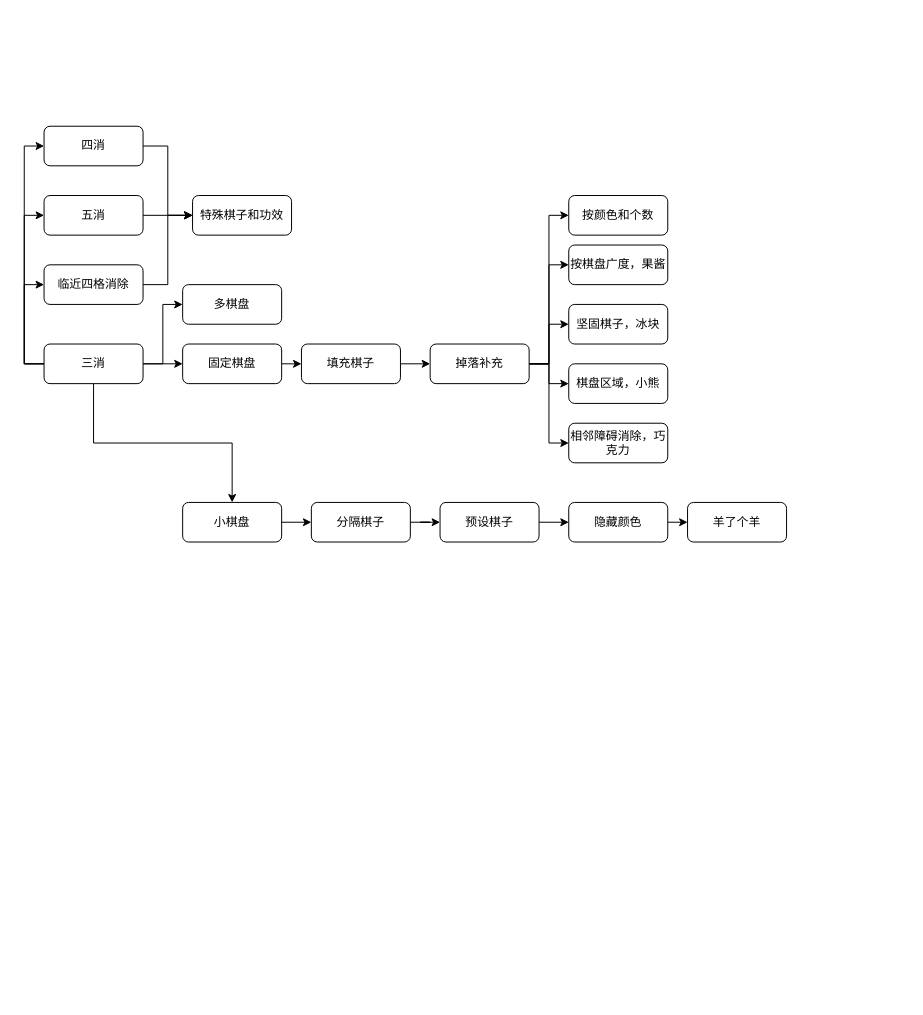
The draw.io diagram sanxiaodesign.drawio in Archieeeeee/drawbox, before the edit. Source tidied: cells renumbered, new cells numbered last; positions are measured from the earlier drawing's top-left corner, leaving out a move shared by most shapes. Both pictures are drawn from the tidied source at 99%, with x=0, y=0 at pixel (44, 126).
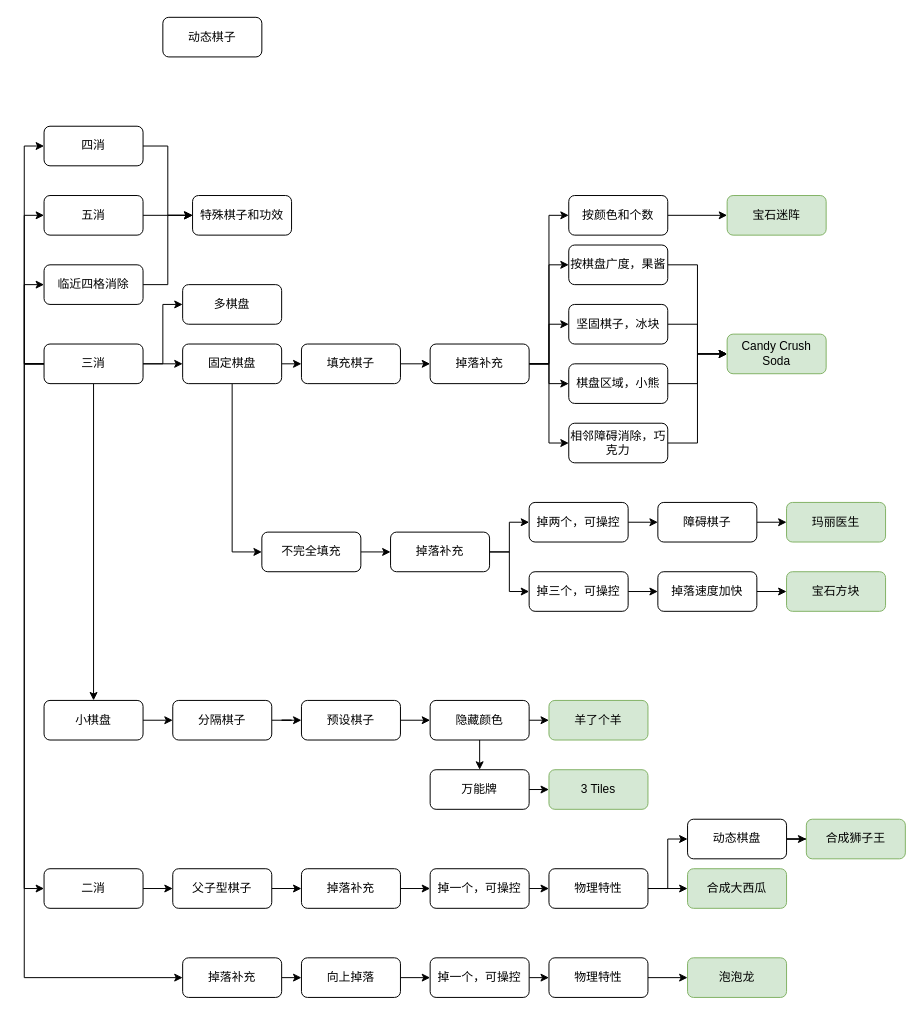
After the change.

The change refers to these unchanged cells:
```xml
<mxCell id="8" value="三消" style="rounded=1;whiteSpace=wrap;html=1;" parent="1" vertex="1">
  <mxGeometry y="220" width="100" height="40" as="geometry" />
</mxCell>
<mxCell id="10" value="固定棋盘" style="rounded=1;whiteSpace=wrap;html=1;" parent="1" vertex="1">
  <mxGeometry x="140" y="220" width="100" height="40" as="geometry" />
</mxCell>
<mxCell id="25" value="按颜色和个数" style="rounded=1;whiteSpace=wrap;html=1;" parent="1" vertex="1">
  <mxGeometry x="530" y="70" width="100" height="40" as="geometry" />
</mxCell>
<mxCell id="26" value="按棋盘广度，果酱" style="rounded=1;whiteSpace=wrap;html=1;" parent="1" vertex="1">
  <mxGeometry x="530" y="120" width="100" height="40" as="geometry" />
</mxCell>
<mxCell id="27" value="坚固棋子，冰块" style="rounded=1;whiteSpace=wrap;html=1;" parent="1" vertex="1">
  <mxGeometry x="530" y="180" width="100" height="40" as="geometry" />
</mxCell>
<mxCell id="28" value="棋盘区域，小熊" style="rounded=1;whiteSpace=wrap;html=1;" parent="1" vertex="1">
  <mxGeometry x="530" y="240" width="100" height="40" as="geometry" />
</mxCell>
<mxCell id="29" value="相邻障碍消除，巧克力" style="rounded=1;whiteSpace=wrap;html=1;" parent="1" vertex="1">
  <mxGeometry x="530" y="300" width="100" height="40" as="geometry" />
</mxCell>
```

Diff of the diagram source:
```diff
@@
+    <mxCell id="41" style="edgeStyle=orthogonalEdgeStyle;rounded=0;jettySize=auto;html=1;exitX=0;exitY=0.5;exitDx=0;exitDy=0;entryX=0;entryY=0.5;entryDx=0;entryDy=0;" parent="1" edge="1" source="8" target="71">
+      <mxGeometry relative="1" as="geometry" />
+    </mxCell>
+    <mxCell id="42" style="edgeStyle=orthogonalEdgeStyle;rounded=0;jettySize=auto;html=1;exitX=0;exitY=0.5;exitDx=0;exitDy=0;entryX=0;entryY=0.5;entryDx=0;entryDy=0;" parent="1" edge="1" source="8" target="89">
+      <mxGeometry relative="1" as="geometry" />
+    </mxCell>
@@
+    <mxCell id="43" style="edgeStyle=orthogonalEdgeStyle;rounded=0;jettySize=auto;html=1;exitX=0.5;exitY=1;exitDx=0;exitDy=0;entryX=0;entryY=0.5;entryDx=0;entryDy=0;" parent="1" edge="1" source="10" target="55">
+      <mxGeometry relative="1" as="geometry" />
+    </mxCell>
@@
+    <mxCell id="44" style="edgeStyle=orthogonalEdgeStyle;rounded=0;jettySize=auto;html=1;exitX=1;exitY=0.5;exitDx=0;exitDy=0;entryX=0;entryY=0.5;entryDx=0;entryDy=0;" parent="1" edge="1" source="25" target="69">
+      <mxGeometry relative="1" as="geometry" />
+    </mxCell>
@@
+    <mxCell id="45" style="edgeStyle=orthogonalEdgeStyle;rounded=0;jettySize=auto;html=1;exitX=1;exitY=0.5;exitDx=0;exitDy=0;entryX=0;entryY=0.5;entryDx=0;entryDy=0;" parent="1" edge="1" source="26" target="53">
+      <mxGeometry relative="1" as="geometry" />
+    </mxCell>
@@
+    <mxCell id="46" style="edgeStyle=orthogonalEdgeStyle;rounded=0;jettySize=auto;html=1;exitX=1;exitY=0.5;exitDx=0;exitDy=0;entryX=0;entryY=0.5;entryDx=0;entryDy=0;" parent="1" edge="1" source="27" target="53">
+      <mxGeometry relative="1" as="geometry" />
+    </mxCell>
@@
+    <mxCell id="47" style="edgeStyle=orthogonalEdgeStyle;rounded=0;jettySize=auto;html=1;exitX=1;exitY=0.5;exitDx=0;exitDy=0;entryX=0;entryY=0.5;entryDx=0;entryDy=0;" parent="1" edge="1" source="28" target="53">
+      <mxGeometry relative="1" as="geometry" />
+    </mxCell>
@@
+    <mxCell id="48" style="edgeStyle=orthogonalEdgeStyle;rounded=0;jettySize=auto;html=1;exitX=1;exitY=0.5;exitDx=0;exitDy=0;entryX=0;entryY=0.5;entryDx=0;entryDy=0;" parent="1" edge="1" source="29" target="53">
+      <mxGeometry relative="1" as="geometry" />
+    </mxCell>
@@
     <mxCell id="33" value="小棋盘" style="rounded=1;whiteSpace=wrap;html=1;" parent="1" vertex="1">
-      <mxGeometry x="140" y="380" width="100" height="40" as="geometry" />
+      <mxGeometry y="580" width="100" height="40" as="geometry" />
     </mxCell>
@@
     <mxCell id="35" value="分隔棋子" style="rounded=1;whiteSpace=wrap;html=1;" parent="1" vertex="1">
-      <mxGeometry x="270" y="380" width="100" height="40" as="geometry" />
+      <mxGeometry x="130" y="580" width="100" height="40" as="geometry" />
     </mxCell>
@@
     <mxCell id="37" value="预设棋子" style="rounded=1;whiteSpace=wrap;html=1;" parent="1" vertex="1">
-      <mxGeometry x="400" y="380" width="100" height="40" as="geometry" />
+      <mxGeometry x="260" y="580" width="100" height="40" as="geometry" />
     </mxCell>
@@
+    <mxCell id="49" style="edgeStyle=orthogonalEdgeStyle;rounded=0;jettySize=auto;html=1;exitX=0.5;exitY=1;exitDx=0;exitDy=0;entryX=0.5;entryY=0;entryDx=0;entryDy=0;" parent="1" edge="1" source="39" target="51">
+      <mxGeometry relative="1" as="geometry" />
+    </mxCell>
     <mxCell id="39" value="隐藏颜色" style="rounded=1;whiteSpace=wrap;html=1;" parent="1" vertex="1">
-      <mxGeometry x="530" y="380" width="100" height="40" as="geometry" />
+      <mxGeometry x="390" y="580" width="100" height="40" as="geometry" />
     </mxCell>
-    <mxCell id="40" value="羊了个羊" style="rounded=1;whiteSpace=wrap;html=1;" parent="1" vertex="1">
-      <mxGeometry x="650" y="380" width="100" height="40" as="geometry" />
+    <mxCell id="40" value="羊了个羊" style="rounded=1;whiteSpace=wrap;html=1;fillColor=#d5e8d4;strokeColor=#82b366;" parent="1" vertex="1">
+      <mxGeometry x="510" y="580" width="100" height="40" as="geometry" />
     </mxCell>
+    <mxCell id="50" style="edgeStyle=orthogonalEdgeStyle;rounded=0;jettySize=auto;html=1;exitX=1;exitY=0.5;exitDx=0;exitDy=0;entryX=0;entryY=0.5;entryDx=0;entryDy=0;" parent="1" edge="1" source="51" target="52">
+      <mxGeometry relative="1" as="geometry" />
+    </mxCell>
+    <mxCell id="51" value="万能牌" style="rounded=1;whiteSpace=wrap;html=1;" parent="1" vertex="1">
+      <mxGeometry x="390" y="650" width="100" height="40" as="geometry" />
+    </mxCell>
+    <mxCell id="52" value="3 Tiles" style="rounded=1;whiteSpace=wrap;html=1;fillColor=#d5e8d4;strokeColor=#82b366;" parent="1" vertex="1">
+      <mxGeometry x="510" y="650" width="100" height="40" as="geometry" />
+    </mxCell>
+    <mxCell id="53" value="Candy Crush Soda" style="rounded=1;whiteSpace=wrap;html=1;fillColor=#d5e8d4;strokeColor=#82b366;" parent="1" vertex="1">
+      <mxGeometry x="690" y="210" width="100" height="40" as="geometry" />
+    </mxCell>
+    <mxCell id="54" style="edgeStyle=orthogonalEdgeStyle;rounded=0;jettySize=auto;html=1;exitX=1;exitY=0.5;exitDx=0;exitDy=0;entryX=0;entryY=0.5;entryDx=0;entryDy=0;" parent="1" edge="1" source="55" target="58">
+      <mxGeometry relative="1" as="geometry" />
+    </mxCell>
+    <mxCell id="55" value="不完全填充" style="rounded=1;whiteSpace=wrap;html=1;" parent="1" vertex="1">
+      <mxGeometry x="220" y="410" width="100" height="40" as="geometry" />
+    </mxCell>
+    <mxCell id="56" style="edgeStyle=orthogonalEdgeStyle;rounded=0;jettySize=auto;html=1;exitX=1;exitY=0.5;exitDx=0;exitDy=0;entryX=0;entryY=0.5;entryDx=0;entryDy=0;" parent="1" edge="1" source="58" target="60">
+      <mxGeometry relative="1" as="geometry" />
+    </mxCell>
+    <mxCell id="57" style="edgeStyle=orthogonalEdgeStyle;rounded=0;jettySize=auto;html=1;exitX=1;exitY=0.5;exitDx=0;exitDy=0;entryX=0;entryY=0.5;entryDx=0;entryDy=0;" parent="1" edge="1" source="58" target="62">
+      <mxGeometry relative="1" as="geometry" />
+    </mxCell>
+    <mxCell id="58" value="掉落补充" style="rounded=1;whiteSpace=wrap;html=1;" parent="1" vertex="1">
+      <mxGeometry x="350" y="410" width="100" height="40" as="geometry" />
+    </mxCell>
+    <mxCell id="59" style="edgeStyle=orthogonalEdgeStyle;rounded=0;jettySize=auto;html=1;exitX=1;exitY=0.5;exitDx=0;exitDy=0;entryX=0;entryY=0.5;entryDx=0;entryDy=0;" parent="1" edge="1" source="60" target="64">
+      <mxGeometry relative="1" as="geometry" />
+    </mxCell>
+    <mxCell id="60" value="掉两个，可操控" style="rounded=1;whiteSpace=wrap;html=1;" parent="1" vertex="1">
+      <mxGeometry x="490" y="380" width="100" height="40" as="geometry" />
+    </mxCell>
+    <mxCell id="61" style="edgeStyle=orthogonalEdgeStyle;rounded=0;jettySize=auto;html=1;exitX=1;exitY=0.5;exitDx=0;exitDy=0;entryX=0;entryY=0.5;entryDx=0;entryDy=0;" parent="1" edge="1" source="62" target="67">
+      <mxGeometry relative="1" as="geometry" />
+    </mxCell>
+    <mxCell id="62" value="掉三个，可操控" style="rounded=1;whiteSpace=wrap;html=1;" parent="1" vertex="1">
+      <mxGeometry x="490" y="450" width="100" height="40" as="geometry" />
+    </mxCell>
+    <mxCell id="63" style="edgeStyle=orthogonalEdgeStyle;rounded=0;jettySize=auto;html=1;exitX=1;exitY=0.5;exitDx=0;exitDy=0;entryX=0;entryY=0.5;entryDx=0;entryDy=0;" parent="1" edge="1" source="64" target="65">
+      <mxGeometry relative="1" as="geometry" />
+    </mxCell>
+    <mxCell id="64" value="障碍棋子" style="rounded=1;whiteSpace=wrap;html=1;" parent="1" vertex="1">
+      <mxGeometry x="620" y="380" width="100" height="40" as="geometry" />
+    </mxCell>
+    <mxCell id="65" value="玛丽医生" style="rounded=1;whiteSpace=wrap;html=1;fillColor=#d5e8d4;strokeColor=#82b366;" parent="1" vertex="1">
+      <mxGeometry x="750" y="380" width="100" height="40" as="geometry" />
+    </mxCell>
+    <mxCell id="66" style="edgeStyle=orthogonalEdgeStyle;rounded=0;jettySize=auto;html=1;exitX=1;exitY=0.5;exitDx=0;exitDy=0;entryX=0;entryY=0.5;entryDx=0;entryDy=0;" parent="1" edge="1" source="67" target="68">
+      <mxGeometry relative="1" as="geometry" />
+    </mxCell>
+    <mxCell id="67" value="掉落速度加快" style="rounded=1;whiteSpace=wrap;html=1;" parent="1" vertex="1">
+      <mxGeometry x="620" y="450" width="100" height="40" as="geometry" />
+    </mxCell>
+    <mxCell id="68" value="宝石方块" style="rounded=1;whiteSpace=wrap;html=1;fillColor=#d5e8d4;strokeColor=#82b366;" parent="1" vertex="1">
+      <mxGeometry x="750" y="450" width="100" height="40" as="geometry" />
+    </mxCell>
+    <mxCell id="69" value="宝石迷阵" style="rounded=1;whiteSpace=wrap;html=1;fillColor=#d5e8d4;strokeColor=#82b366;" parent="1" vertex="1">
+      <mxGeometry x="690" y="70" width="100" height="40" as="geometry" />
+    </mxCell>
+    <mxCell id="70" style="edgeStyle=orthogonalEdgeStyle;rounded=0;jettySize=auto;html=1;exitX=1;exitY=0.5;exitDx=0;exitDy=0;entryX=0;entryY=0.5;entryDx=0;entryDy=0;" parent="1" edge="1" source="71" target="73">
+      <mxGeometry relative="1" as="geometry" />
+    </mxCell>
+    <mxCell id="71" value="二消" style="rounded=1;whiteSpace=wrap;html=1;" parent="1" vertex="1">
+      <mxGeometry y="750" width="100" height="40" as="geometry" />
+    </mxCell>
+    <mxCell id="72" style="edgeStyle=orthogonalEdgeStyle;rounded=0;jettySize=auto;html=1;exitX=1;exitY=0.5;exitDx=0;exitDy=0;entryX=0;entryY=0.5;entryDx=0;entryDy=0;" parent="1" edge="1" source="73" target="75">
+      <mxGeometry relative="1" as="geometry" />
+    </mxCell>
+    <mxCell id="73" value="父子型棋子" style="rounded=1;whiteSpace=wrap;html=1;" parent="1" vertex="1">
+      <mxGeometry x="130" y="750" width="100" height="40" as="geometry" />
+    </mxCell>
+    <mxCell id="74" style="edgeStyle=orthogonalEdgeStyle;rounded=0;jettySize=auto;html=1;exitX=1;exitY=0.5;exitDx=0;exitDy=0;entryX=0;entryY=0.5;entryDx=0;entryDy=0;" parent="1" edge="1" source="75" target="77">
+      <mxGeometry relative="1" as="geometry" />
+    </mxCell>
+    <mxCell id="75" value="掉落补充" style="rounded=1;whiteSpace=wrap;html=1;" parent="1" vertex="1">
+      <mxGeometry x="260" y="750" width="100" height="40" as="geometry" />
+    </mxCell>
+    <mxCell id="76" style="edgeStyle=orthogonalEdgeStyle;rounded=0;jettySize=auto;html=1;exitX=1;exitY=0.5;exitDx=0;exitDy=0;entryX=0;entryY=0.5;entryDx=0;entryDy=0;" parent="1" edge="1" source="77" target="80">
+      <mxGeometry relative="1" as="geometry" />
+    </mxCell>
+    <mxCell id="77" value="掉一个，可操控" style="rounded=1;whiteSpace=wrap;html=1;" parent="1" vertex="1">
+      <mxGeometry x="390" y="750" width="100" height="40" as="geometry" />
+    </mxCell>
+    <mxCell id="78" style="edgeStyle=orthogonalEdgeStyle;rounded=0;jettySize=auto;html=1;exitX=1;exitY=0.5;exitDx=0;exitDy=0;entryX=0;entryY=0.5;entryDx=0;entryDy=0;" parent="1" edge="1" source="80" target="81">
+      <mxGeometry relative="1" as="geometry" />
+    </mxCell>
+    <mxCell id="79" style="edgeStyle=orthogonalEdgeStyle;rounded=0;jettySize=auto;html=1;exitX=1;exitY=0.5;exitDx=0;exitDy=0;entryX=0;entryY=0.5;entryDx=0;entryDy=0;" parent="1" edge="1" source="80" target="93">
+      <mxGeometry relative="1" as="geometry" />
+    </mxCell>
+    <mxCell id="80" value="物理特性" style="rounded=1;whiteSpace=wrap;html=1;" parent="1" vertex="1">
+      <mxGeometry x="510" y="750" width="100" height="40" as="geometry" />
+    </mxCell>
+    <mxCell id="81" value="合成大西瓜" style="rounded=1;whiteSpace=wrap;html=1;fillColor=#d5e8d4;strokeColor=#82b366;" parent="1" vertex="1">
+      <mxGeometry x="650" y="750" width="100" height="40" as="geometry" />
+    </mxCell>
+    <mxCell id="82" style="edgeStyle=orthogonalEdgeStyle;rounded=0;jettySize=auto;html=1;exitX=1;exitY=0.5;exitDx=0;exitDy=0;entryX=0;entryY=0.5;entryDx=0;entryDy=0;" parent="1" edge="1" source="83" target="85">
+      <mxGeometry relative="1" as="geometry" />
+    </mxCell>
+    <mxCell id="83" value="向上掉落" style="rounded=1;whiteSpace=wrap;html=1;" parent="1" vertex="1">
+      <mxGeometry x="260" y="840" width="100" height="40" as="geometry" />
+    </mxCell>
+    <mxCell id="84" style="edgeStyle=orthogonalEdgeStyle;rounded=0;jettySize=auto;html=1;exitX=1;exitY=0.5;exitDx=0;exitDy=0;entryX=0;entryY=0.5;entryDx=0;entryDy=0;" parent="1" edge="1" source="85" target="87">
+      <mxGeometry relative="1" as="geometry" />
+    </mxCell>
+    <mxCell id="85" value="掉一个，可操控" style="rounded=1;whiteSpace=wrap;html=1;" parent="1" vertex="1">
+      <mxGeometry x="390" y="840" width="100" height="40" as="geometry" />
+    </mxCell>
+    <mxCell id="86" style="edgeStyle=orthogonalEdgeStyle;rounded=0;jettySize=auto;html=1;exitX=1;exitY=0.5;exitDx=0;exitDy=0;entryX=0;entryY=0.5;entryDx=0;entryDy=0;" parent="1" edge="1" source="87" target="90">
+      <mxGeometry relative="1" as="geometry" />
+    </mxCell>
+    <mxCell id="87" value="物理特性" style="rounded=1;whiteSpace=wrap;html=1;" parent="1" vertex="1">
+      <mxGeometry x="510" y="840" width="100" height="40" as="geometry" />
+    </mxCell>
+    <mxCell id="88" style="edgeStyle=orthogonalEdgeStyle;rounded=0;jettySize=auto;html=1;exitX=1;exitY=0.5;exitDx=0;exitDy=0;entryX=0;entryY=0.5;entryDx=0;entryDy=0;" parent="1" edge="1" source="89" target="83">
+      <mxGeometry relative="1" as="geometry" />
+    </mxCell>
+    <mxCell id="89" value="掉落补充" style="rounded=1;whiteSpace=wrap;html=1;" parent="1" vertex="1">
+      <mxGeometry x="140" y="840" width="100" height="40" as="geometry" />
+    </mxCell>
+    <mxCell id="90" value="泡泡龙" style="rounded=1;whiteSpace=wrap;html=1;fillColor=#d5e8d4;strokeColor=#82b366;" parent="1" vertex="1">
+      <mxGeometry x="650" y="840" width="100" height="40" as="geometry" />
+    </mxCell>
+    <mxCell id="91" value="动态棋子" style="rounded=1;whiteSpace=wrap;html=1;" parent="1" vertex="1">
+      <mxGeometry x="120" y="-110" width="100" height="40" as="geometry" />
+    </mxCell>
+    <mxCell id="92" style="edgeStyle=orthogonalEdgeStyle;rounded=0;jettySize=auto;html=1;exitX=1;exitY=0.5;exitDx=0;exitDy=0;" parent="1" edge="1" source="93" target="94">
+      <mxGeometry relative="1" as="geometry" />
+    </mxCell>
+    <mxCell id="93" value="动态棋盘" style="rounded=1;whiteSpace=wrap;html=1;" parent="1" vertex="1">
+      <mxGeometry x="650" y="700" width="100" height="40" as="geometry" />
+    </mxCell>
+    <mxCell id="94" value="合成狮子王" style="rounded=1;whiteSpace=wrap;html=1;fillColor=#d5e8d4;strokeColor=#82b366;" parent="1" vertex="1">
+      <mxGeometry x="770" y="700" width="100" height="40" as="geometry" />
+    </mxCell>
```
